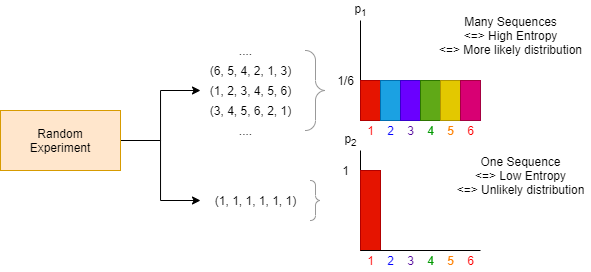
The draw.io diagram images/entropy_post_figure_1.png in hasanmohsin/hasanmohsin.github.io, before a commit. Source tidied: cells renumbered, new cells last; positions are measured from the earlier drawing's top-left corner, leaving out a move shared by most shapes.
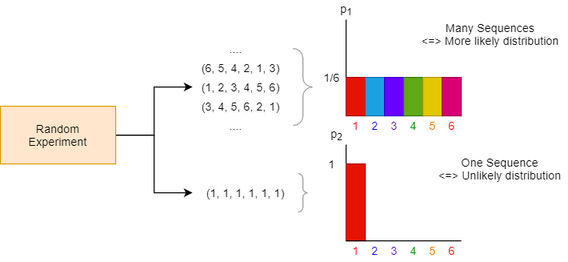
Later version of the same file.

Change to the diagram source:
```diff
@@ -131,11 +131,11 @@
     <mxCell id="38" style="endArrow=none;html=1;exitX=0;exitY=1;exitDx=0;exitDy=0;entryX=1;entryY=0;entryDx=0;entryDy=0;entryPerimeter=0;" parent="1" edge="1" source="27" target="33">
       <mxGeometry relative="1" as="geometry" />
     </mxCell>
-    <mxCell id="39" value="Many Sequences&lt;br&gt;&amp;lt;=&amp;gt; High Entropy&lt;br&gt;&amp;lt;=&amp;gt; More likely distribution" style="text;html=1;align=center;verticalAlign=middle;" parent="1" vertex="1">
-      <mxGeometry x="430" y="10" width="160" height="50" as="geometry" />
+    <mxCell id="39" value="Many Sequences&lt;br&gt;&amp;lt;=&amp;gt; More likely distribution" style="text;html=1;align=center;verticalAlign=middle;" parent="1" vertex="1">
+      <mxGeometry x="430" y="20" width="160" height="30" as="geometry" />
     </mxCell>
-    <mxCell id="40" value="One Sequence&lt;br&gt;&amp;lt;=&amp;gt; Low Entropy&lt;br&gt;&amp;lt;=&amp;gt; Unlikely distribution" style="text;html=1;align=center;verticalAlign=middle;" parent="1" vertex="1">
-      <mxGeometry x="450" y="150" width="140" height="50" as="geometry" />
+    <mxCell id="40" value="One Sequence&lt;br&gt;&amp;lt;=&amp;gt; Unlikely distribution" style="text;html=1;align=center;verticalAlign=middle;" parent="1" vertex="1">
+      <mxGeometry x="450" y="160" width="140" height="30" as="geometry" />
     </mxCell>
   </root>
 </mxGraphModel>
```
